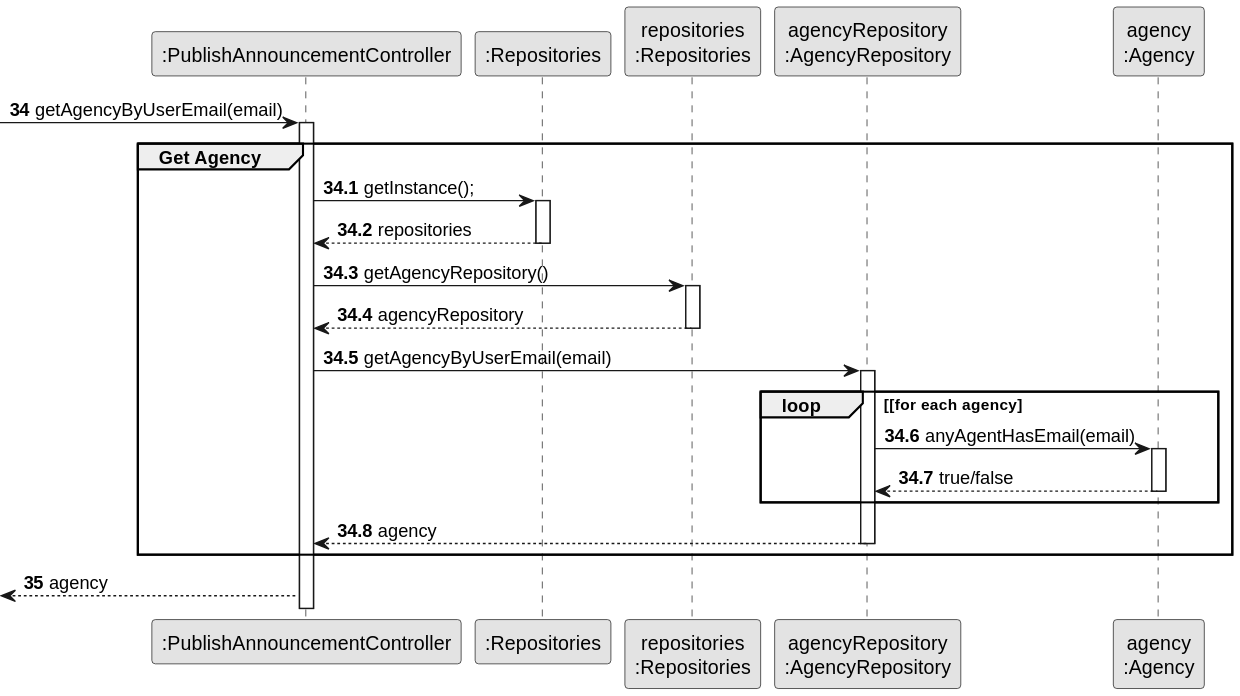
rita-barbosa/LAPR2-2223 keeps this PlantUML diagram as docs/sprintC/us002/03.design/svg/us002-sequence-diagram-partial-get-agency.svg. Above is the earlier version.
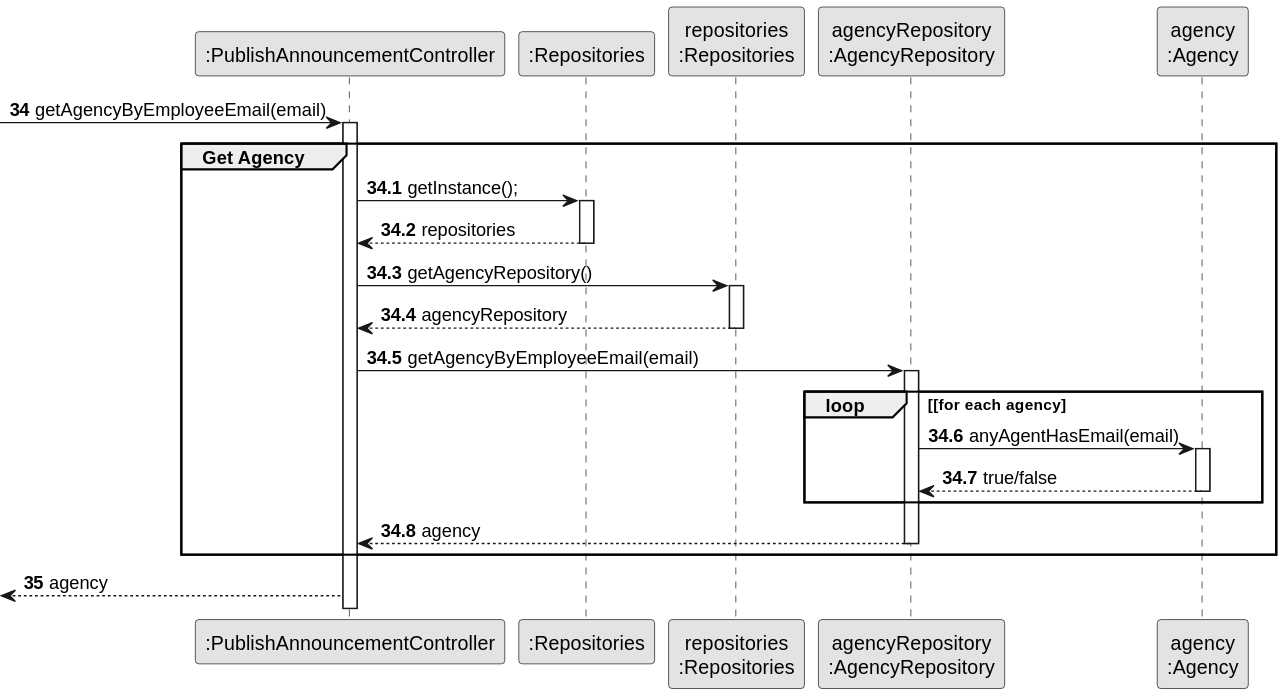
Later version of the same file.

Diff of the diagram source:
```diff
@@ -13,7 +13,7 @@
 
 autonumber 34
 
-             -> CTRL : getAgencyByUserEmail(email)
+             -> CTRL : getAgencyByEmployeeEmail(email)
              activate CTRL
 
 autonumber 34.1
@@ -34,7 +34,7 @@
              deactivate PLAT
 
 
-             CTRL -> AgencyRepository: getAgencyByUserEmail(email)
+             CTRL -> AgencyRepository: getAgencyByEmployeeEmail(email)
              activate AgencyRepository
 
                  loop [for each agency
```
